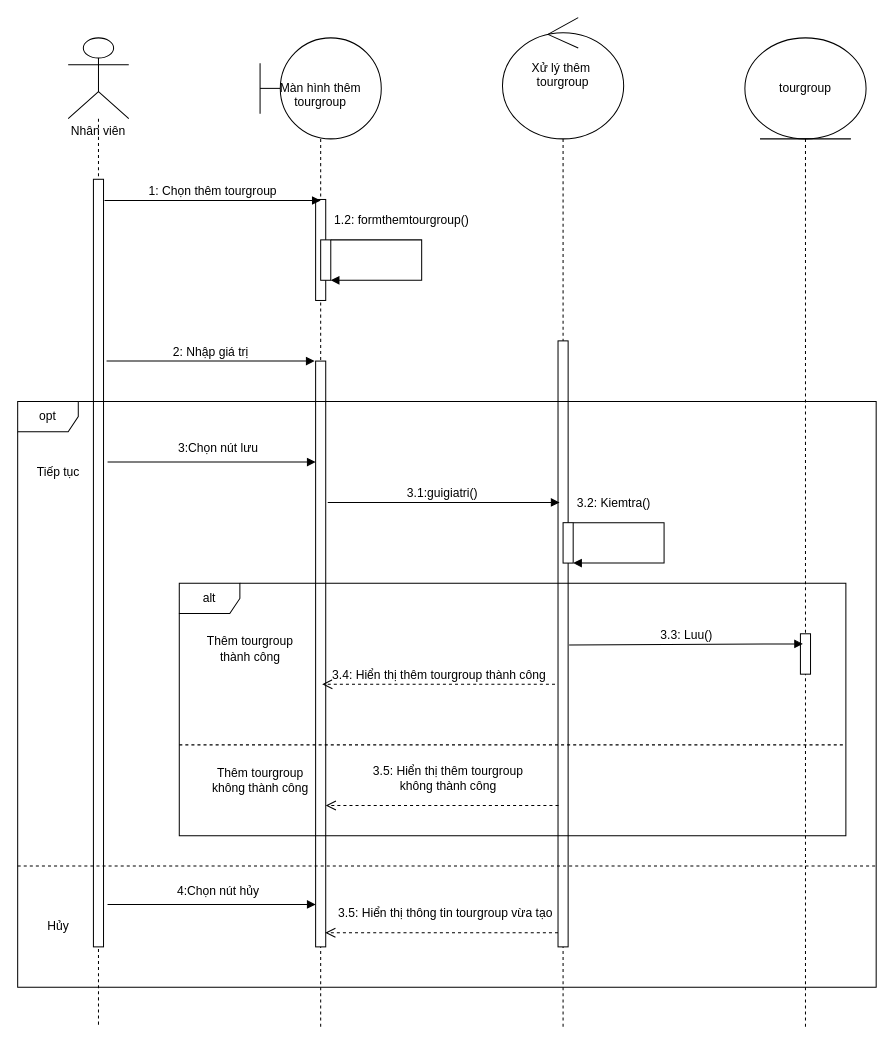
This is document/sequence/sq_ad_tourgroup.drawio from TikTzuki/tourism-application, a draw.io file, before an edit. Source tidied: cells renumbered, new cells numbered last; positions are measured from the earlier drawing's top-left corner, leaving out a move shared by most shapes. Both pictures are drawn from the tidied source at 101%, with x=0, y=0 at pixel (17, 17).
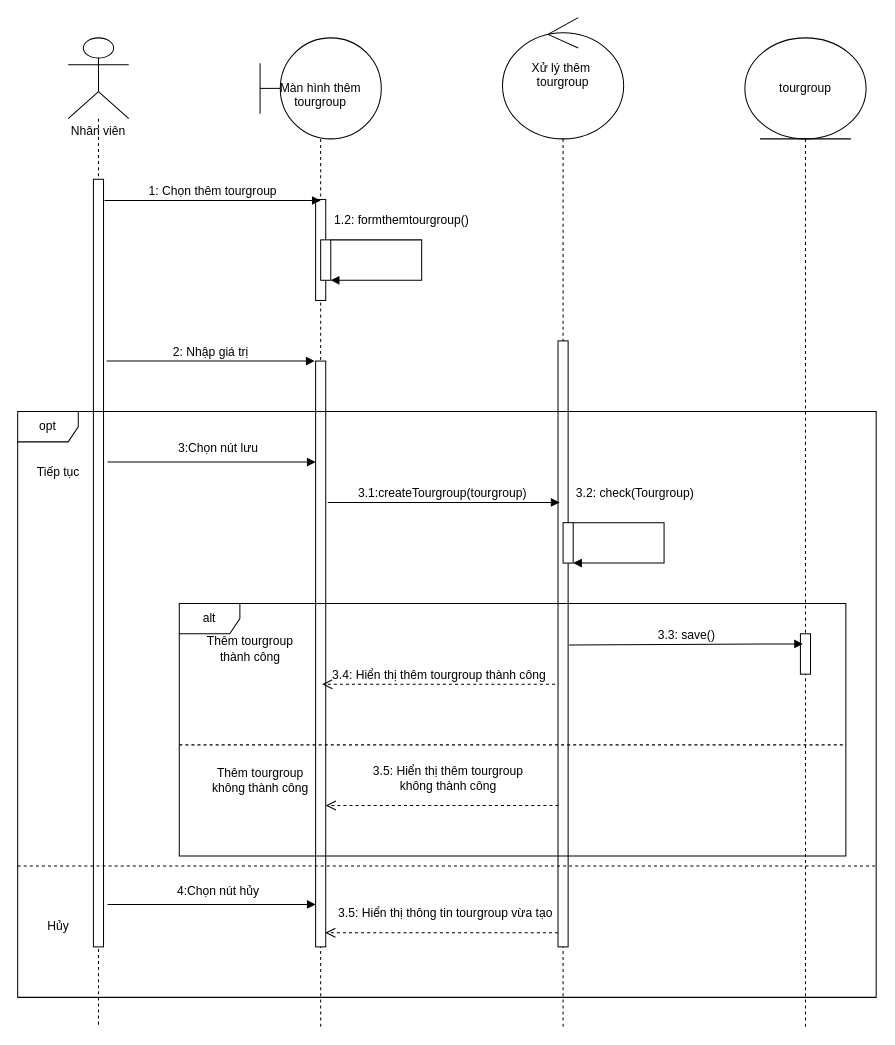
Above is the later version.

The edit, as a diff of the source:
```diff
@@
-    <mxCell id="15" value="3.1:guigiatri()&amp;nbsp;" style="html=1;verticalAlign=bottom;endArrow=block;fontSize=12;" parent="1" edge="1">
+    <mxCell id="15" value="3.1:createTourgroup(tourgroup)&amp;nbsp;" style="html=1;verticalAlign=bottom;endArrow=block;fontSize=12;" parent="1" edge="1">
       <mxGeometry relative="1" as="geometry">
         <mxPoint x="307" y="480" as="sourcePoint" />
         <mxPoint x="536.5" y="480" as="targetPoint" />
       </mxGeometry>
     </mxCell>
@@
-    <mxCell id="18" value="3.2: Kiemtra()" style="html=1;verticalAlign=bottom;endArrow=block;fontSize=12;rounded=0;" parent="1" edge="1">
-      <mxGeometry x="-0.64" y="10" relative="1" as="geometry">
+    <mxCell id="18" value="3.2: check(Tourgroup)" style="html=1;verticalAlign=bottom;endArrow=block;fontSize=12;rounded=0;" parent="1" edge="1">
+      <mxGeometry x="-0.45" y="20" relative="1" as="geometry">
         <mxPoint x="550" y="500" as="sourcePoint" />
         <mxPoint x="550" y="540" as="targetPoint" />
         <Array as="points">
           <mxPoint x="640" y="500" />
           <mxPoint x="640" y="540" />
         </Array>
       </mxGeometry>
     </mxCell>
-    <mxCell id="19" value="3.3: Luu()" style="html=1;verticalAlign=bottom;endArrow=block;fontSize=12;exitX=1.3;exitY=0.717;exitDx=0;exitDy=0;exitPerimeter=0;" parent="1" edge="1">
+    <mxCell id="19" value="3.3: save()" style="html=1;verticalAlign=bottom;endArrow=block;fontSize=12;exitX=1.3;exitY=0.717;exitDx=0;exitDy=0;exitPerimeter=0;" parent="1" edge="1">
       <mxGeometry relative="1" as="geometry">
         <mxPoint x="546" y="621.1" as="sourcePoint" />
         <mxPoint x="777.5" y="620" as="targetPoint" />
       </mxGeometry>
     </mxCell>
@@
     <mxCell id="27" value="alt" style="shape=umlFrame;whiteSpace=wrap;html=1;fontSize=12;" parent="1" vertex="1">
-      <mxGeometry x="160" y="560" width="660" height="250" as="geometry" />
+      <mxGeometry x="160" y="580" width="660" height="250" as="geometry" />
     </mxCell>
     <mxCell id="28" value="opt" style="shape=umlFrame;whiteSpace=wrap;html=1;fontSize=12;" parent="1" vertex="1">
-      <mxGeometry y="380" width="850" height="580" as="geometry" />
+      <mxGeometry y="390" width="850" height="580" as="geometry" />
     </mxCell>
```
